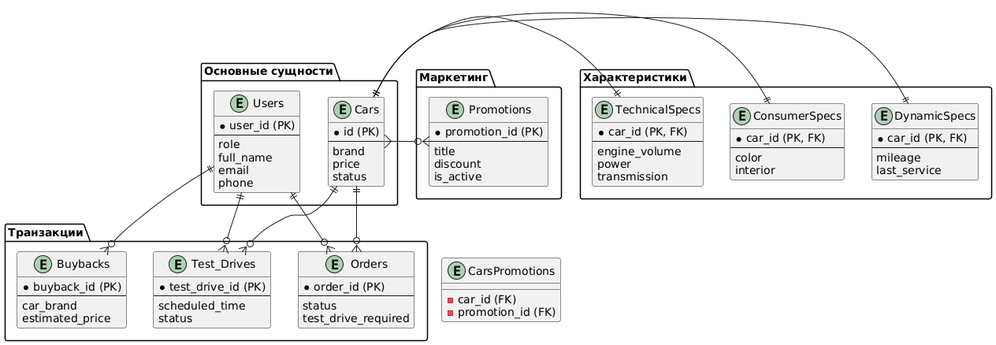
Before: part_one/db_schema.png, a diagram exported from PlantUML (ep1lept1c/javaprak). The source it was exported from:
```plantuml
@startuml
package "Основные сущности" {
  entity Users {
    * user_id (PK)
    --
    role
    full_name
    email
    phone
  }

  entity Cars {
    * id (PK)
    --
    brand
    price
    status
  }
}

package "Характеристики" {
  entity TechnicalSpecs {
    * car_id (PK, FK)
    --
    engine_volume
    power
    transmission
  }

  entity ConsumerSpecs {
    * car_id (PK, FK)
    --
    color
    interior
  }

  entity DynamicSpecs {
    * car_id (PK, FK)
    --
    mileage
    last_service
  }
}

package "Транзакции" {
  entity Orders {
    * order_id (PK)
    --
    status
    test_drive_required
  }

  entity Test_Drives {
    * test_drive_id (PK)
    --
    scheduled_time
    status
  }

  entity Buybacks {
    * buyback_id (PK)
    --
    car_brand
    estimated_price
  }
}

package "Маркетинг" {
  entity Promotions {
    * promotion_id (PK)
    --
    title
    discount
    is_active
  }
}

Users ||-ri-o{ Orders
Cars ||-ri-o{ Orders
Cars ||-le-|| TechnicalSpecs
Cars ||-le-|| ConsumerSpecs
Cars ||-le-|| DynamicSpecs
Cars }-ri-o{ Promotions
Users ||-do-o{ Test_Drives
Cars ||-do-o{ Test_Drives
Users ||-do-o{ Buybacks

entity CarsPromotions {
  -car_id (FK)
  -promotion_id (FK)
}
Promotions -[hidden]down- CarsPromotions
CarsPromotions -[hidden]down- Cars
@enduml
```
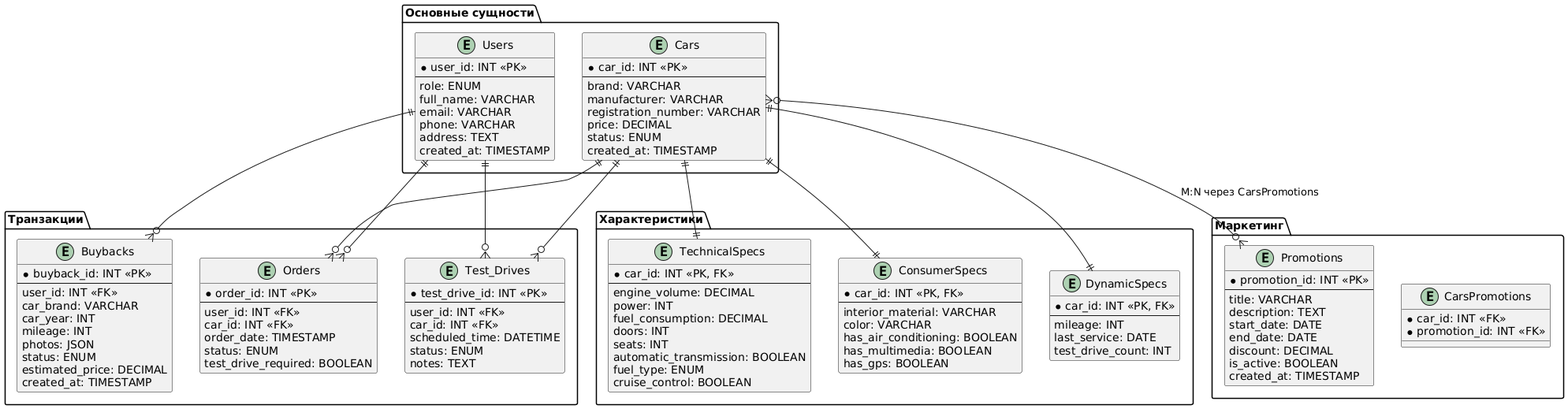
After the commit.

The edit, as a diff of the source:
```diff
@@ -1,94 +1,124 @@
 @startuml
 package "Основные сущности" {
   entity Users {
-    * user_id (PK)
+    * user_id: INT <<PK>>
     --
-    role
-    full_name
-    email
-    phone
+    role: ENUM
+    full_name: VARCHAR
+    email: VARCHAR
+    phone: VARCHAR
+    address: TEXT
+    created_at: TIMESTAMP
   }
 
   entity Cars {
-    * id (PK)
+    * car_id: INT <<PK>>
     --
-    brand
-    price
-    status
+    brand: VARCHAR
+    manufacturer: VARCHAR
+    registration_number: VARCHAR
+    price: DECIMAL
+    status: ENUM
+    created_at: TIMESTAMP
   }
 }
 
 package "Характеристики" {
   entity TechnicalSpecs {
-    * car_id (PK, FK)
+    * car_id: INT <<PK, FK>>
     --
-    engine_volume
-    power
-    transmission
+    engine_volume: DECIMAL
+    power: INT
+    fuel_consumption: DECIMAL
+    doors: INT
+    seats: INT
+    automatic_transmission: BOOLEAN
+    fuel_type: ENUM
+    cruise_control: BOOLEAN
   }
 
   entity ConsumerSpecs {
-    * car_id (PK, FK)
+    * car_id: INT <<PK, FK>>
     --
-    color
-    interior
+    interior_material: VARCHAR
+    color: VARCHAR
+    has_air_conditioning: BOOLEAN
+    has_multimedia: BOOLEAN
+    has_gps: BOOLEAN
   }
 
   entity DynamicSpecs {
-    * car_id (PK, FK)
+    * car_id: INT <<PK, FK>>
     --
-    mileage
-    last_service
+    mileage: INT
+    last_service: DATE
+    test_drive_count: INT
   }
 }
 
 package "Транзакции" {
   entity Orders {
-    * order_id (PK)
+    * order_id: INT <<PK>>
     --
-    status
-    test_drive_required
+    user_id: INT <<FK>>
+    car_id: INT <<FK>>
+    order_date: TIMESTAMP
+    status: ENUM
+    test_drive_required: BOOLEAN
   }
 
   entity Test_Drives {
-    * test_drive_id (PK)
+    * test_drive_id: INT <<PK>>
     --
-    scheduled_time
-    status
+    user_id: INT <<FK>>
+    car_id: INT <<FK>>
+    scheduled_time: DATETIME
+    status: ENUM
+    notes: TEXT
   }
 
   entity Buybacks {
-    * buyback_id (PK)
+    * buyback_id: INT <<PK>>
     --
-    car_brand
-    estimated_price
+    user_id: INT <<FK>>
+    car_brand: VARCHAR
+    car_year: INT
+    mileage: INT
+    photos: JSON
+    status: ENUM
+    estimated_price: DECIMAL
+    created_at: TIMESTAMP
   }
 }
 
 package "Маркетинг" {
   entity Promotions {
-    * promotion_id (PK)
+    * promotion_id: INT <<PK>>
     --
-    title
-    discount
-    is_active
+    title: VARCHAR
+    description: TEXT
+    start_date: DATE
+    end_date: DATE
+    discount: DECIMAL
+    is_active: BOOLEAN
+    created_at: TIMESTAMP
+  }
+
+  entity CarsPromotions {
+    * car_id: INT <<FK>>
+    * promotion_id: INT <<FK>>
   }
 }
 
-Users ||-ri-o{ Orders
-Cars ||-ri-o{ Orders
-Cars ||-le-|| TechnicalSpecs
-Cars ||-le-|| ConsumerSpecs
-Cars ||-le-|| DynamicSpecs
-Cars }-ri-o{ Promotions
-Users ||-do-o{ Test_Drives
-Cars ||-do-o{ Test_Drives
-Users ||-do-o{ Buybacks
+Users ||--o{ Orders
+Cars ||--o{ Orders
 
-entity CarsPromotions {
-  -car_id (FK)
-  -promotion_id (FK)
-}
-Promotions -[hidden]down- CarsPromotions
-CarsPromotions -[hidden]down- Cars
+Cars ||--|| TechnicalSpecs
+Cars ||--|| ConsumerSpecs
+Cars ||--|| DynamicSpecs
+
+Cars }o--o{ Promotions : "M:N через CarsPromotions"
+Users ||--o{ Test_Drives
+Cars ||--o{ Test_Drives
+Users ||--o{ Buybacks
 @enduml
```
